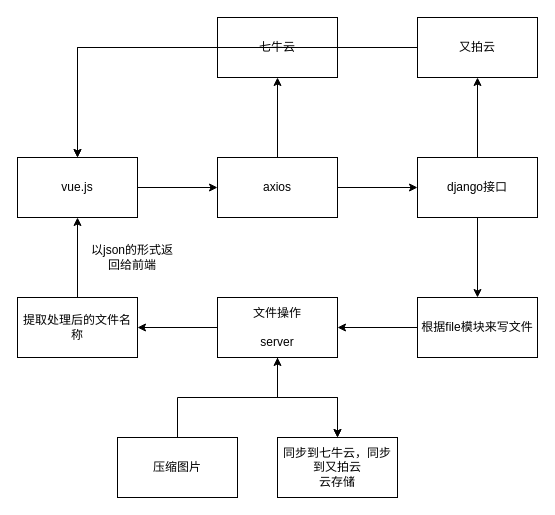
v3ucn/Edu_online keeps this draw.io diagram as 未命名绘图.drawio. Above is the earlier version. Source tidied: cells renumbered, new cells numbered last; positions are measured from the earlier drawing's top-left corner, leaving out a move shared by most shapes. Both pictures are drawn from the tidied source at 100%, with x=0, y=0 at pixel (17, 17).
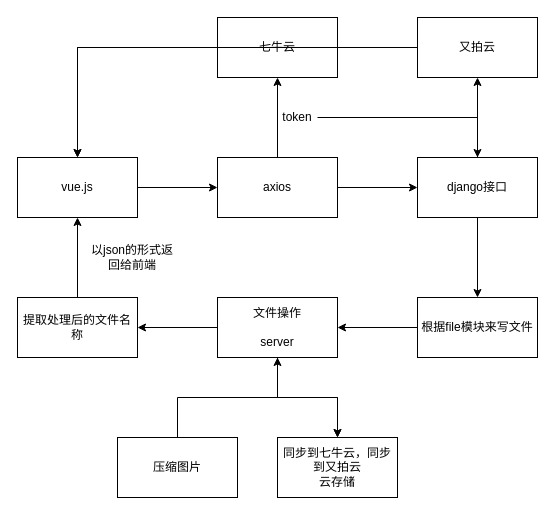
After the change.

Unchanged cells that the change refers to:
```xml
<mxCell id="11" value="django接口" style="rounded=0;whiteSpace=wrap;html=1;" parent="1" vertex="1">
  <mxGeometry x="400" y="140" width="120" height="60" as="geometry" />
</mxCell>
```

Change to the diagram source:
```diff
@@
+    <mxCell id="26" style="edgeStyle=orthogonalEdgeStyle;rounded=0;jettySize=auto;html=1;" parent="1" edge="1" source="27" target="11">
+      <mxGeometry relative="1" as="geometry" />
+    </mxCell>
+    <mxCell id="27" value="token" style="text;html=1;strokeColor=none;fillColor=none;align=center;verticalAlign=middle;whiteSpace=wrap;rounded=0;" parent="1" vertex="1">
+      <mxGeometry x="260" y="90" width="40" height="20" as="geometry" />
+    </mxCell>
```
